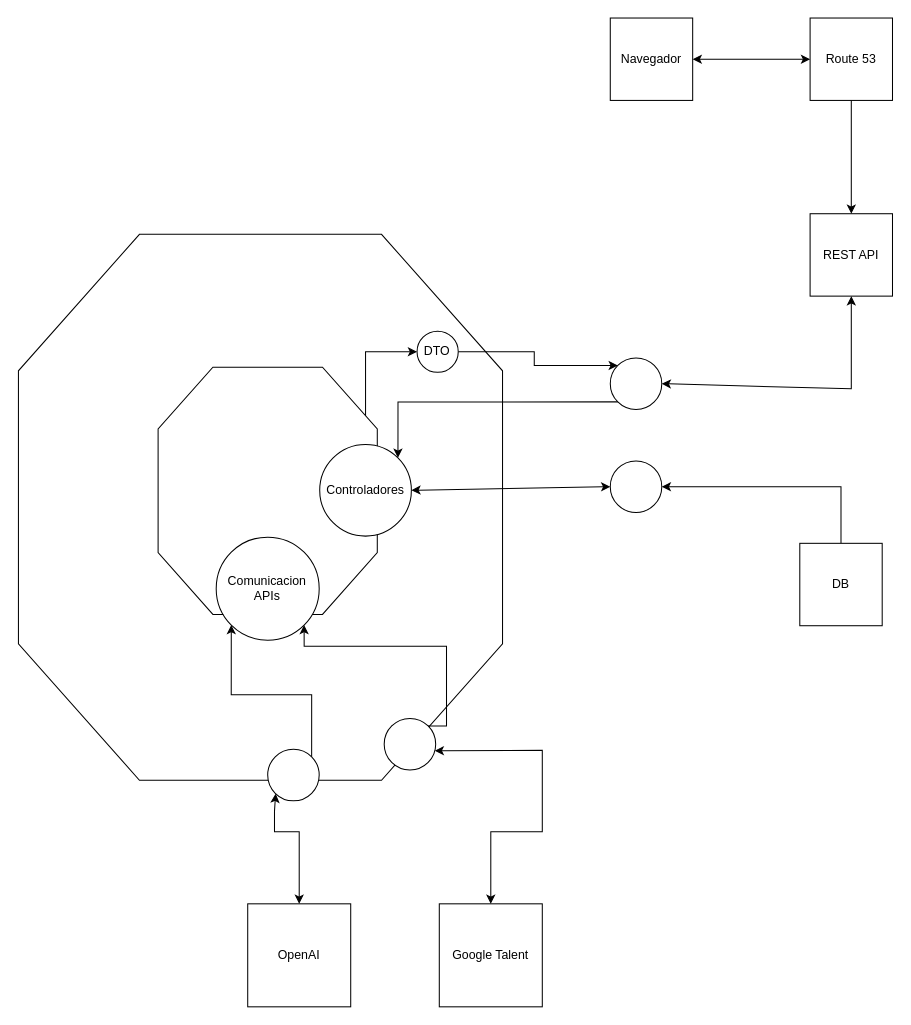
Before: hexagon.drawio in rcrdevelop/AutoGPT, a draw.io diagram. Source tidied: cells renumbered, new cells numbered last; positions are measured from the earlier drawing's top-left corner, leaving out a move shared by most shapes. Both pictures are drawn from the tidied source at 103%, with x=0, y=0 at pixel (18, 18).
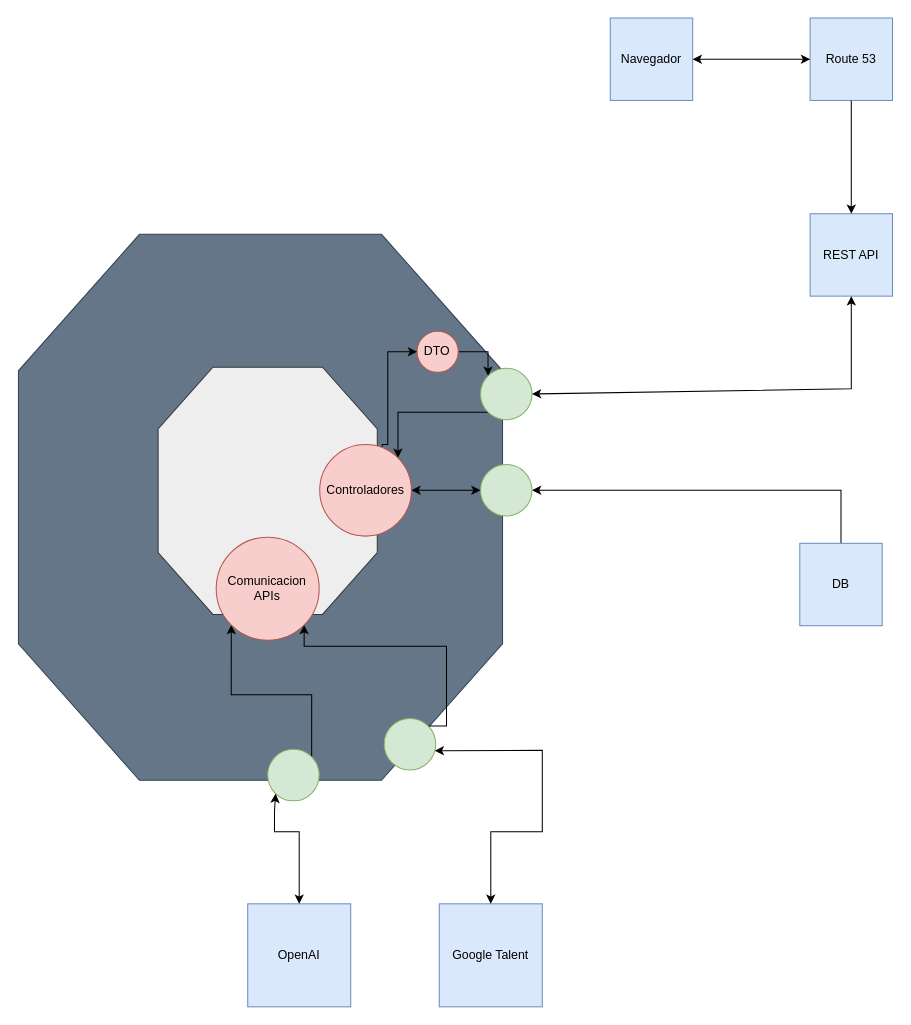
Above is the later version.

The change refers to these unchanged cells:
```xml
<mxCell id="26" style="group;" parent="1" vertex="1">
  <mxGeometry x="257.6" y="305" width="245.9" height="265" as="geometry" />
</mxCell>
```

Change to the diagram source:
```diff
@@
-    <mxCell id="2" style="verticalLabelPosition=bottom;verticalAlign=top;html=1;shape=mxgraph.basic.polygon;polyCoords=[[0.25,0],[0.75,0],[1,0.25],[1,0.75],[0.75,1],[0.25,1],[0,0.75],[0,0.25]];polyline=0;" parent="1" vertex="1">
+    <mxCell id="2" style="verticalLabelPosition=bottom;verticalAlign=top;html=1;shape=mxgraph.basic.polygon;polyCoords=[[0.25,0],[0.75,0],[1,0.25],[1,0.75],[0.75,1],[0.25,1],[0,0.75],[0,0.25]];polyline=0;fillColor=#647687;strokeColor=#314354;fontColor=#ffffff;" parent="1" vertex="1">
       <mxGeometry x="0.4" y="210" width="470" height="530" as="geometry" />
     </mxCell>
@@
-    <mxCell id="4" style="ellipse;whiteSpace=wrap;html=1;" parent="1" vertex="1">
-      <mxGeometry x="575" y="330" width="50" height="50" as="geometry" />
+    <mxCell id="4" style="ellipse;whiteSpace=wrap;html=1;fillColor=#d5e8d4;strokeColor=#82b366;" parent="1" vertex="1">
+      <mxGeometry x="449" y="340" width="50" height="50" as="geometry" />
     </mxCell>
-    <mxCell id="5" value="REST API" style="whiteSpace=wrap;html=1;" parent="1" vertex="1">
+    <mxCell id="5" value="REST API" style="whiteSpace=wrap;html=1;fillColor=#dae8fc;strokeColor=#6c8ebf;" parent="1" vertex="1">
       <mxGeometry x="769" y="190" width="80" height="80" as="geometry" />
     </mxCell>
@@
-    <mxCell id="7" value="DB" style="whiteSpace=wrap;html=1;" parent="1" vertex="1">
+    <mxCell id="7" value="DB" style="whiteSpace=wrap;html=1;fillColor=#dae8fc;strokeColor=#6c8ebf;" parent="1" vertex="1">
       <mxGeometry x="759" y="510" width="80" height="80" as="geometry" />
     </mxCell>
-    <mxCell id="8" style="ellipse;whiteSpace=wrap;html=1;" parent="1" vertex="1">
-      <mxGeometry x="575" y="430" width="50" height="50" as="geometry" />
-    </mxCell>
-    <mxCell id="9" value="Google Talent" style="whiteSpace=wrap;html=1;" parent="1" vertex="1">
+    <mxCell id="9" value="Google Talent" style="whiteSpace=wrap;html=1;fillColor=#dae8fc;strokeColor=#6c8ebf;" parent="1" vertex="1">
       <mxGeometry x="409" y="860" width="100" height="100" as="geometry" />
     </mxCell>
@@
-    <mxCell id="11" style="ellipse;whiteSpace=wrap;html=1;" parent="1" vertex="1">
+    <mxCell id="11" style="ellipse;whiteSpace=wrap;html=1;fillColor=#d5e8d4;strokeColor=#82b366;" parent="1" vertex="1">
       <mxGeometry x="355.5" y="680" width="50" height="50" as="geometry" />
     </mxCell>
@@
-    <mxCell id="13" style="ellipse;whiteSpace=wrap;html=1;" parent="1" vertex="1">
+    <mxCell id="13" style="ellipse;whiteSpace=wrap;html=1;fillColor=#d5e8d4;strokeColor=#82b366;" parent="1" vertex="1">
       <mxGeometry x="242.4" y="710" width="50" height="50" as="geometry" />
     </mxCell>
-    <mxCell id="14" value="OpenAI" style="whiteSpace=wrap;html=1;" parent="1" vertex="1">
+    <mxCell id="14" value="OpenAI" style="whiteSpace=wrap;html=1;fillColor=#dae8fc;strokeColor=#6c8ebf;" parent="1" vertex="1">
       <mxGeometry x="223" y="860" width="100" height="100" as="geometry" />
     </mxCell>
@@
-    <mxCell id="16" value="DTO" style="ellipse;whiteSpace=wrap;html=1;" parent="1" vertex="1">
+    <mxCell id="16" value="DTO" style="ellipse;whiteSpace=wrap;html=1;fillColor=#f8cecc;strokeColor=#b85450;" parent="1" vertex="1">
       <mxGeometry x="387.4" y="304" width="40" height="40" as="geometry" />
     </mxCell>
-    <mxCell id="17" style="edgeStyle=orthogonalEdgeStyle;rounded=0;jettySize=auto;html=1;exitX=0.5;exitY=0;exitDx=0;exitDy=0;entryX=0;entryY=0.5;entryDx=0;entryDy=0;" parent="1" edge="1" source="28" target="16">
-      <mxGeometry relative="1" as="geometry" />
+    <mxCell id="17" style="edgeStyle=orthogonalEdgeStyle;rounded=0;jettySize=auto;html=1;exitX=0.682;exitY=0.024;exitDx=0;exitDy=0;entryX=0;entryY=0.5;entryDx=0;entryDy=0;exitPerimeter=0;" parent="1" edge="1" source="28" target="16">
+      <mxGeometry relative="1" as="geometry">
+        <Array as="points">
+          <mxPoint x="354" y="414" />
+          <mxPoint x="359" y="414" />
+          <mxPoint x="359" y="324" />
+        </Array>
+      </mxGeometry>
     </mxCell>
-    <mxCell id="18" style="endArrow=classic;startArrow=classic;html=1;rounded=0;exitX=1;exitY=0.5;exitDx=0;exitDy=0;entryX=0;entryY=0.5;entryDx=0;entryDy=0;" parent="1" edge="1" source="28" target="8">
-      <mxGeometry relative="1" as="geometry" />
-    </mxCell>
@@
-    <mxCell id="22" value="Route 53" style="whiteSpace=wrap;html=1;" parent="1" vertex="1">
+    <mxCell id="22" value="Route 53" style="whiteSpace=wrap;html=1;fillColor=#dae8fc;strokeColor=#6c8ebf;" parent="1" vertex="1">
       <mxGeometry x="769" width="80" height="80" as="geometry" />
     </mxCell>
@@
-    <mxCell id="24" value="Navegador" style="whiteSpace=wrap;html=1;" parent="1" vertex="1">
+    <mxCell id="24" value="Navegador" style="whiteSpace=wrap;html=1;fillColor=#dae8fc;strokeColor=#6c8ebf;" parent="1" vertex="1">
       <mxGeometry x="575" width="80" height="80" as="geometry" />
     </mxCell>
@@
-    <mxCell id="27" style="verticalLabelPosition=bottom;verticalAlign=top;html=1;shape=mxgraph.basic.polygon;polyCoords=[[0.25,0],[0.75,0],[1,0.25],[1,0.75],[0.75,1],[0.25,1],[0,0.75],[0,0.25]];polyline=0;" parent="26" vertex="1">
+    <mxCell id="27" style="verticalLabelPosition=bottom;verticalAlign=top;html=1;shape=mxgraph.basic.polygon;polyCoords=[[0.25,0],[0.75,0],[1,0.25],[1,0.75],[0.75,1],[0.25,1],[0,0.75],[0,0.25]];polyline=0;fillColor=#eeeeee;strokeColor=#36393d;" parent="26" vertex="1">
       <mxGeometry x="-121.6" y="34" width="212.8" height="240" as="geometry" />
     </mxCell>
-    <mxCell id="28" value="Controladores" style="ellipse;whiteSpace=wrap;html=1;" parent="26" vertex="1">
+    <mxCell id="28" value="Controladores" style="ellipse;whiteSpace=wrap;html=1;fillColor=#f8cecc;strokeColor=#b85450;" parent="26" vertex="1">
       <mxGeometry x="35.3" y="109" width="89" height="89" as="geometry" />
     </mxCell>
-    <mxCell id="29" value="Comunicacion APIs" style="ellipse;whiteSpace=wrap;html=1;" parent="26" vertex="1">
+    <mxCell id="29" value="Comunicacion APIs" style="ellipse;whiteSpace=wrap;html=1;fillColor=#f8cecc;strokeColor=#b85450;" parent="26" vertex="1">
       <mxGeometry x="-65.2" y="199" width="100" height="100" as="geometry" />
     </mxCell>
+    <mxCell id="8" style="ellipse;whiteSpace=wrap;html=1;fillColor=#d5e8d4;strokeColor=#82b366;" parent="26" vertex="1">
+      <mxGeometry x="191.4" y="128.5" width="50" height="50" as="geometry" />
+    </mxCell>
+    <mxCell id="18" style="endArrow=classic;startArrow=classic;html=1;rounded=0;exitX=1;exitY=0.5;exitDx=0;exitDy=0;entryX=0;entryY=0.5;entryDx=0;entryDy=0;" parent="26" edge="1" source="28" target="8">
+      <mxGeometry relative="1" as="geometry" />
+    </mxCell>
```
